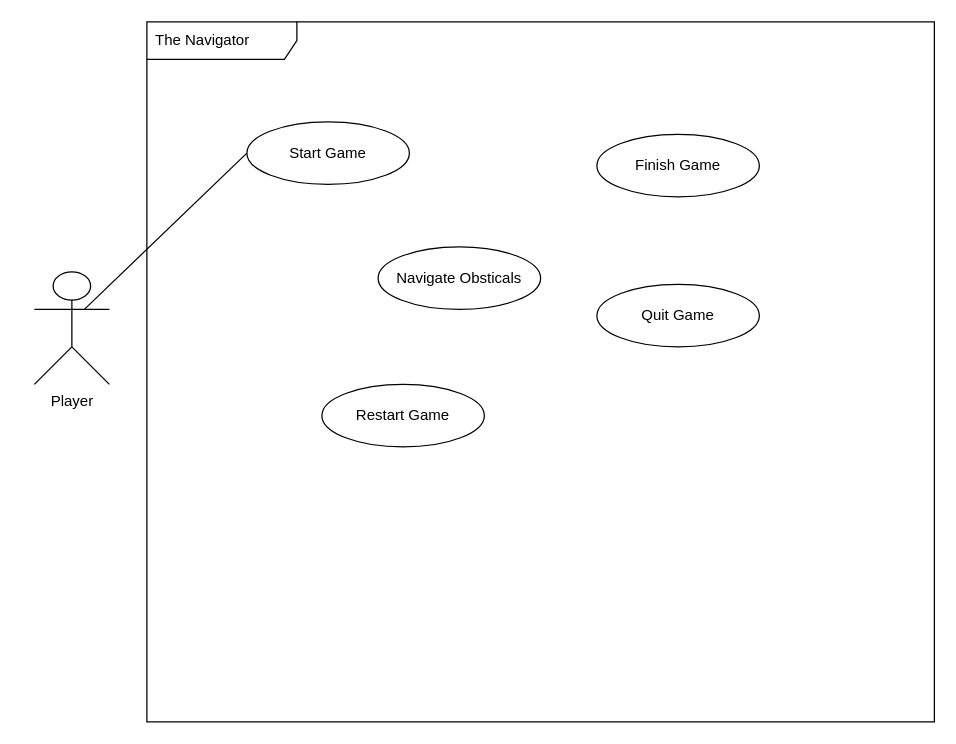
The draw.io diagram UseCase.drawio in NateKonigkramer214/Diagrams, before the edit. Source tidied: cells renumbered, new cells numbered last; positions are measured from the earlier drawing's top-left corner, leaving out a move shared by most shapes. Both pictures are drawn from the tidied source at 125%, with x=0, y=0 at pixel (34, 21).
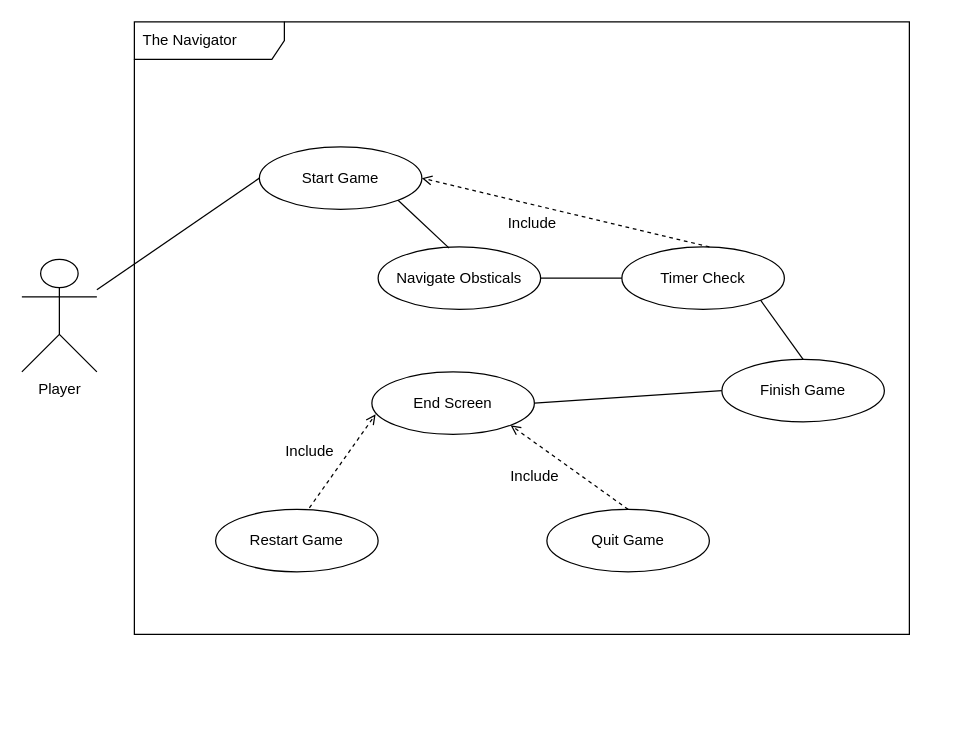
The same page after the edit.

Unchanged cells that the change refers to:
```xml
<mxCell id="6" value="Navigate Obsticals" style="ellipse;whiteSpace=wrap;html=1;" parent="1" vertex="1">
  <mxGeometry x="275" y="180" width="130" height="50" as="geometry" />
</mxCell>
```

Diff of the diagram source:
```diff
@@
-    <mxCell id="2" value="The Navigator" style="shape=umlFrame;whiteSpace=wrap;html=1;width=120;height=30;boundedLbl=1;verticalAlign=middle;align=left;spacingLeft=5;" parent="1" vertex="1">
-      <mxGeometry x="90" width="630" height="560" as="geometry" />
-    </mxCell>
     <mxCell id="3" value="Player&lt;br&gt;" style="shape=umlActor;verticalLabelPosition=bottom;verticalAlign=top;html=1;" parent="1" vertex="1">
-      <mxGeometry y="200" width="60" height="90" as="geometry" />
+      <mxGeometry x="-10" y="190" width="60" height="90" as="geometry" />
     </mxCell>
     <mxCell id="4" value="Start Game" style="ellipse;whiteSpace=wrap;html=1;" parent="1" vertex="1">
-      <mxGeometry x="170" y="80" width="130" height="50" as="geometry" />
+      <mxGeometry x="180" y="100" width="130" height="50" as="geometry" />
     </mxCell>
-    <mxCell id="5" style="endArrow=none;html=1;rounded=0;entryX=0;entryY=0.5;entryDx=0;entryDy=0;" parent="1" edge="1" target="4">
-      <mxGeometry relative="1" as="geometry">
-        <mxPoint x="40" y="230" as="sourcePoint" />
-      </mxGeometry>
+    <mxCell id="5" style="endArrow=none;html=1;rounded=0;entryX=0;entryY=0.5;entryDx=0;entryDy=0;" parent="1" edge="1" source="3" target="4">
+      <mxGeometry relative="1" as="geometry" />
     </mxCell>
@@
     <mxCell id="7" value="Finish Game" style="ellipse;whiteSpace=wrap;html=1;" parent="1" vertex="1">
-      <mxGeometry x="450" y="90" width="130" height="50" as="geometry" />
+      <mxGeometry x="550" y="270" width="130" height="50" as="geometry" />
     </mxCell>
     <mxCell id="8" value="Quit Game" style="ellipse;whiteSpace=wrap;html=1;" parent="1" vertex="1">
-      <mxGeometry x="450" y="210" width="130" height="50" as="geometry" />
+      <mxGeometry x="410" y="390" width="130" height="50" as="geometry" />
     </mxCell>
     <mxCell id="9" value="Restart Game" style="ellipse;whiteSpace=wrap;html=1;" parent="1" vertex="1">
-      <mxGeometry x="230" y="290" width="130" height="50" as="geometry" />
+      <mxGeometry x="145" y="390" width="130" height="50" as="geometry" />
     </mxCell>
+    <mxCell id="10" style="endArrow=none;html=1;rounded=0;exitX=1;exitY=1;exitDx=0;exitDy=0;entryX=0.437;entryY=0.02;entryDx=0;entryDy=0;entryPerimeter=0;" parent="1" edge="1" source="4" target="6">
+      <mxGeometry relative="1" as="geometry" />
+    </mxCell>
+    <mxCell id="11" value="End Screen" style="ellipse;whiteSpace=wrap;html=1;" parent="1" vertex="1">
+      <mxGeometry x="270" y="280" width="130" height="50" as="geometry" />
+    </mxCell>
+    <mxCell id="12" style="endArrow=open;html=1;rounded=0;align=center;verticalAlign=bottom;dashed=1;endFill=0;labelBackgroundColor=none;entryX=0.023;entryY=0.679;entryDx=0;entryDy=0;entryPerimeter=0;" parent="1" edge="1" target="11">
+      <mxGeometry relative="1" as="geometry">
+        <mxPoint x="220" y="388.8" as="sourcePoint" />
+      </mxGeometry>
+    </mxCell>
+    <mxCell id="13" value="Include" style="html=1;align=center;verticalAlign=top;labelBackgroundColor=none;rotation=0;" parent="12" vertex="1">
+      <mxGeometry relative="1" as="geometry">
+        <mxPoint x="-27" y="-21" as="offset" />
+      </mxGeometry>
+    </mxCell>
+    <mxCell id="14" style="endArrow=open;html=1;rounded=0;align=center;verticalAlign=bottom;dashed=1;endFill=0;labelBackgroundColor=none;entryX=1;entryY=1;entryDx=0;entryDy=0;exitX=0.5;exitY=0;exitDx=0;exitDy=0;" parent="1" edge="1" source="8" target="11">
+      <mxGeometry relative="1" as="geometry" />
+    </mxCell>
+    <mxCell id="15" value="Include" style="html=1;align=center;verticalAlign=top;labelBackgroundColor=none;rotation=0;" parent="14" vertex="1">
+      <mxGeometry relative="1" as="geometry">
+        <mxPoint x="-28" y="-6" as="offset" />
+      </mxGeometry>
+    </mxCell>
+    <mxCell id="16" value="Timer Check" style="ellipse;whiteSpace=wrap;html=1;" parent="1" vertex="1">
+      <mxGeometry x="470" y="180" width="130" height="50" as="geometry" />
+    </mxCell>
+    <mxCell id="17" style="endArrow=none;html=1;rounded=0;exitX=1;exitY=0.5;exitDx=0;exitDy=0;entryX=0;entryY=0.5;entryDx=0;entryDy=0;" parent="1" edge="1" source="6" target="16">
+      <mxGeometry relative="1" as="geometry" />
+    </mxCell>
+    <mxCell id="18" style="endArrow=none;html=1;rounded=0;exitX=1;exitY=1;exitDx=0;exitDy=0;entryX=0.5;entryY=0;entryDx=0;entryDy=0;" parent="1" edge="1" source="16" target="7">
+      <mxGeometry relative="1" as="geometry" />
+    </mxCell>
+    <mxCell id="19" style="endArrow=none;html=1;rounded=0;exitX=1;exitY=0.5;exitDx=0;exitDy=0;entryX=0;entryY=0.5;entryDx=0;entryDy=0;" parent="1" edge="1" source="11" target="7">
+      <mxGeometry x="1" y="-50" relative="1" as="geometry">
+        <mxPoint x="45" y="20" as="offset" />
+      </mxGeometry>
+    </mxCell>
+    <mxCell id="2" value="The Navigator" style="shape=umlFrame;whiteSpace=wrap;html=1;width=120;height=30;boundedLbl=1;verticalAlign=middle;align=left;spacingLeft=5;" parent="1" vertex="1">
+      <mxGeometry x="80" width="620" height="490" as="geometry" />
+    </mxCell>
+    <mxCell id="20" style="endArrow=open;html=1;rounded=0;align=center;verticalAlign=bottom;dashed=1;endFill=0;labelBackgroundColor=none;entryX=1;entryY=0.5;entryDx=0;entryDy=0;exitX=0.5;exitY=0;exitDx=0;exitDy=0;" parent="1" edge="1" target="4">
+      <mxGeometry relative="1" as="geometry">
+        <mxPoint x="540" y="180" as="sourcePoint" />
+      </mxGeometry>
+    </mxCell>
+    <mxCell id="21" value="Include" style="html=1;align=center;verticalAlign=top;labelBackgroundColor=none;rotation=0;" parent="20" vertex="1">
+      <mxGeometry relative="1" as="geometry">
+        <mxPoint x="-28" y="-6" as="offset" />
+      </mxGeometry>
+    </mxCell>
```
